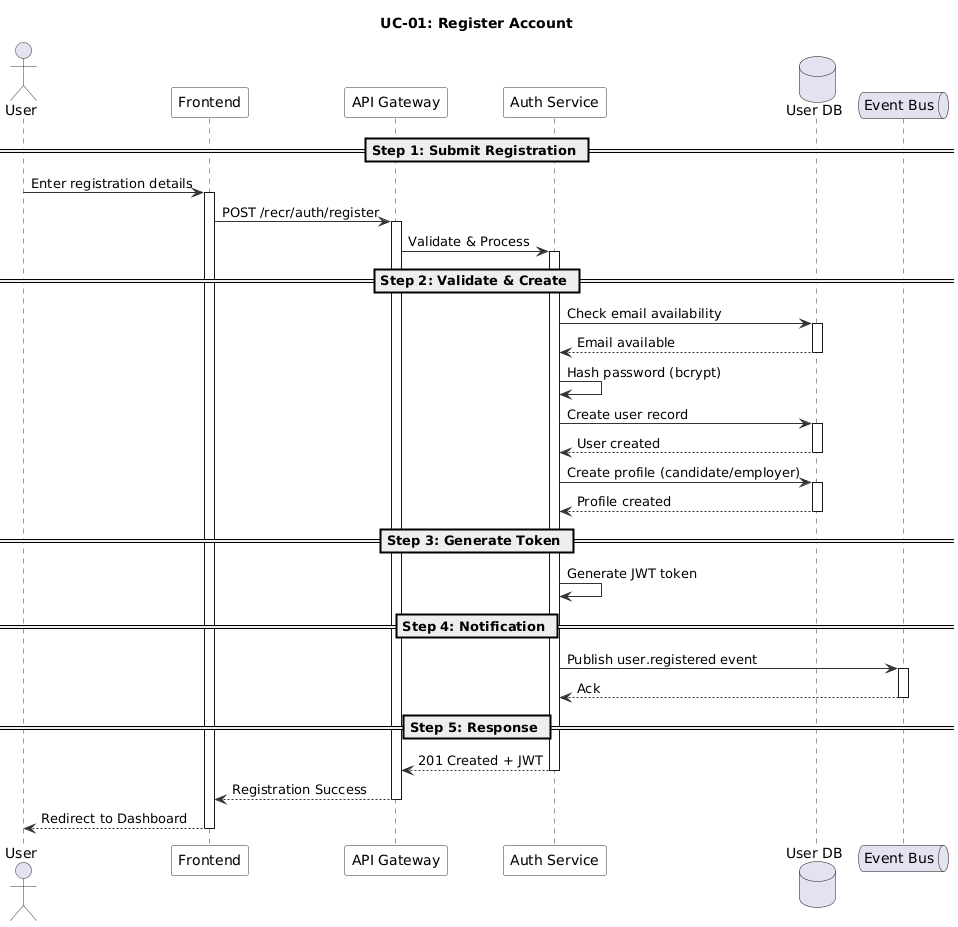
Above: modules/recr/images/sequence/uc01-register-sequence.png in namnh240795/document (PlantUML), before the change. Source of this version:
```plantuml
@startuml
skinparam sequence {
  ArrowColor #333333
  ActorBorderColor #333333
  LifeLineBorderColor #333333
  ParticipantBackgroundColor #F8F8F8
  ParticipantBorderColor #333333
}

title UC-01: Register Account

actor "User" as User
participant "Frontend" as FE
participant "API Gateway" as GW
participant "Auth Service" as Auth
database "User DB" as DB
queue "Event Bus" as MQ

== Step 1: Submit Registration ==

User -> FE : Enter registration details
activate FE

FE -> GW : POST /recr/auth/register
activate GW

GW -> Auth : Validate & Process
activate Auth

== Step 2: Validate & Create ==

Auth -> DB : Check email availability
activate DB
DB --> Auth : Email available
deactivate DB

Auth -> Auth : Hash password (bcrypt)

Auth -> DB : Create user record
activate DB
DB --> Auth : User created
deactivate DB

Auth -> DB : Create profile (candidate/employer)
activate DB
DB --> Auth : Profile created
deactivate DB

== Step 3: Generate Token ==

Auth -> Auth : Generate JWT token

== Step 4: Notification ==

Auth -> MQ : Publish user.registered event
activate MQ
MQ --> Auth : Ack
deactivate MQ

== Step 5: Response ==

Auth --> GW : 201 Created + JWT
deactivate Auth

GW --> FE : Registration Success
deactivate GW

FE --> User : Redirect to Dashboard
deactivate FE

@enduml
```
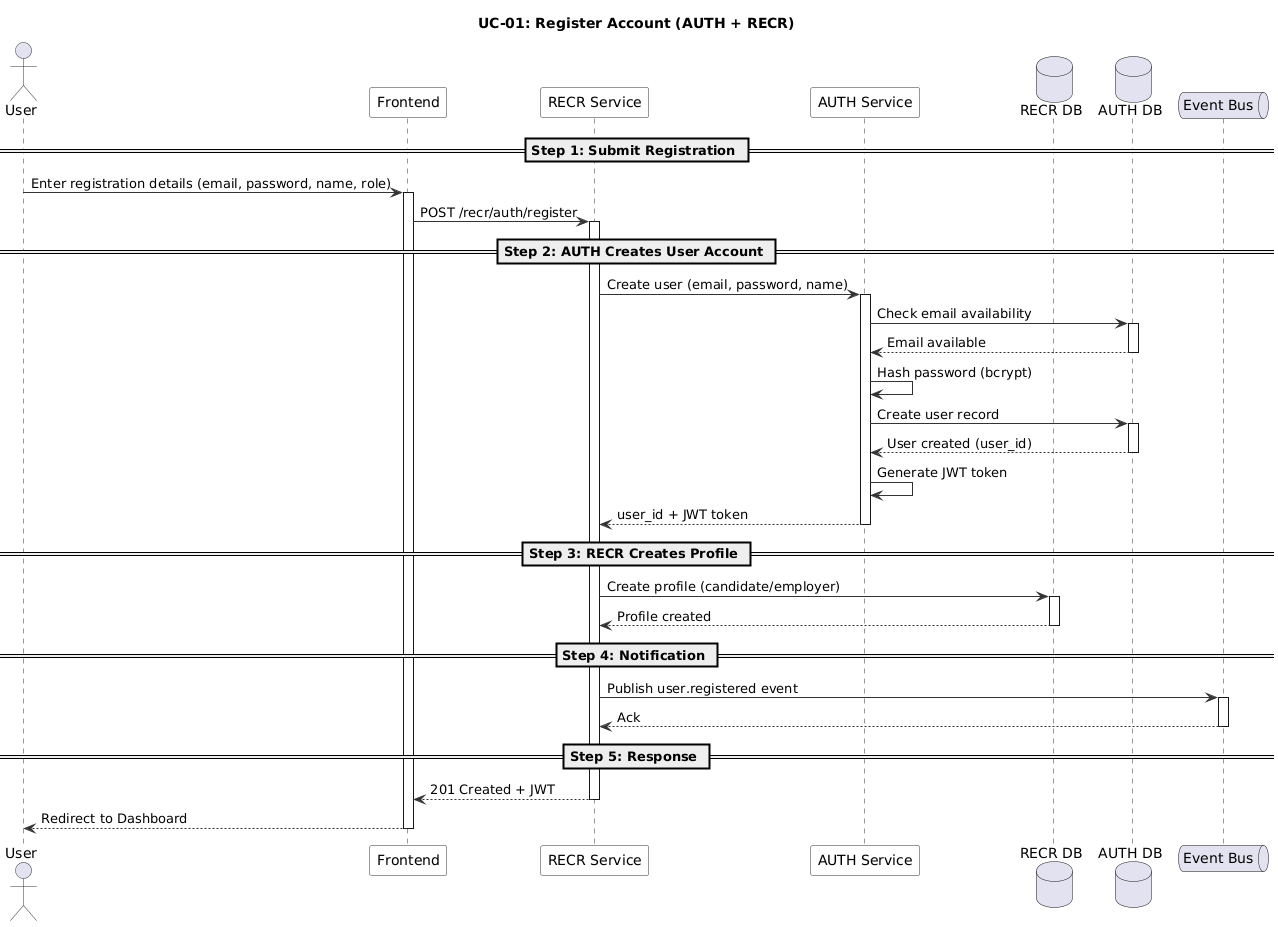
Later version of the same file.

Commit message:
Update UC-01 sequence diagram to show AUTH/RECR split

AUTH handles user creation, password hashing, JWT generation.
RECR handles profile creation (candidate/employer) after receiving
user_id from AUTH.

Change to the diagram source:
```diff
@@ -7,63 +7,64 @@
   ParticipantBorderColor #333333
 }
 
-title UC-01: Register Account
+title UC-01: Register Account (AUTH + RECR)
 
 actor "User" as User
 participant "Frontend" as FE
-participant "API Gateway" as GW
-participant "Auth Service" as Auth
-database "User DB" as DB
+participant "RECR Service" as RECR
+participant "AUTH Service" as AUTH
+database "RECR DB" as RDB
+database "AUTH DB" as ADB
 queue "Event Bus" as MQ
 
 == Step 1: Submit Registration ==
 
-User -> FE : Enter registration details
+User -> FE : Enter registration details (email, password, name, role)
 activate FE
 
-FE -> GW : POST /recr/auth/register
-activate GW
+FE -> RECR : POST /recr/auth/register
+activate RECR
 
-GW -> Auth : Validate & Process
-activate Auth
+== Step 2: AUTH Creates User Account ==
 
-== Step 2: Validate & Create ==
+RECR -> AUTH : Create user (email, password, name)
+activate AUTH
 
-Auth -> DB : Check email availability
-activate DB
-DB --> Auth : Email available
-deactivate DB
+AUTH -> ADB : Check email availability
+activate ADB
+ADB --> AUTH : Email available
+deactivate ADB
 
-Auth -> Auth : Hash password (bcrypt)
+AUTH -> AUTH : Hash password (bcrypt)
 
-Auth -> DB : Create user record
-activate DB
-DB --> Auth : User created
-deactivate DB
+AUTH -> ADB : Create user record
+activate ADB
+ADB --> AUTH : User created (user_id)
+deactivate ADB
 
-Auth -> DB : Create profile (candidate/employer)
-activate DB
-DB --> Auth : Profile created
-deactivate DB
+AUTH -> AUTH : Generate JWT token
 
-== Step 3: Generate Token ==
+AUTH --> RECR : user_id + JWT token
+deactivate AUTH
 
-Auth -> Auth : Generate JWT token
+== Step 3: RECR Creates Profile ==
+
+RECR -> RDB : Create profile (candidate/employer)
+activate RDB
+RDB --> RECR : Profile created
+deactivate RDB
 
 == Step 4: Notification ==
 
-Auth -> MQ : Publish user.registered event
+RECR -> MQ : Publish user.registered event
 activate MQ
-MQ --> Auth : Ack
+MQ --> RECR : Ack
 deactivate MQ
 
 == Step 5: Response ==
 
-Auth --> GW : 201 Created + JWT
-deactivate Auth
-
-GW --> FE : Registration Success
-deactivate GW
+RECR --> FE : 201 Created + JWT
+deactivate RECR
 
 FE --> User : Redirect to Dashboard
 deactivate FE
```
